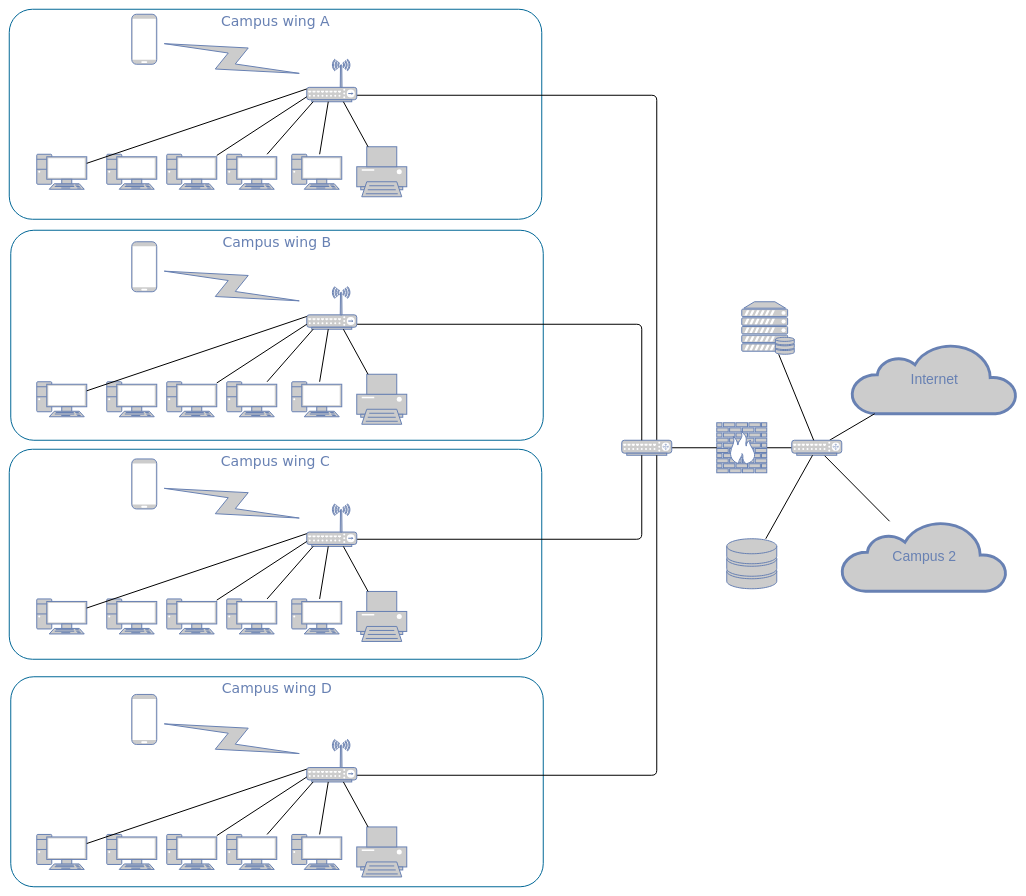
This is Untitled Diagram.drawio from engineerhaider/Capstone_Project_1, a draw.io file, before an edit. Source tidied: cells renumbered, new cells numbered last; positions are measured from the earlier drawing's top-left corner, leaving out a move shared by most shapes. Both pictures are drawn from the tidied source at 50%, with x=0, y=0 at pixel (9, 9).
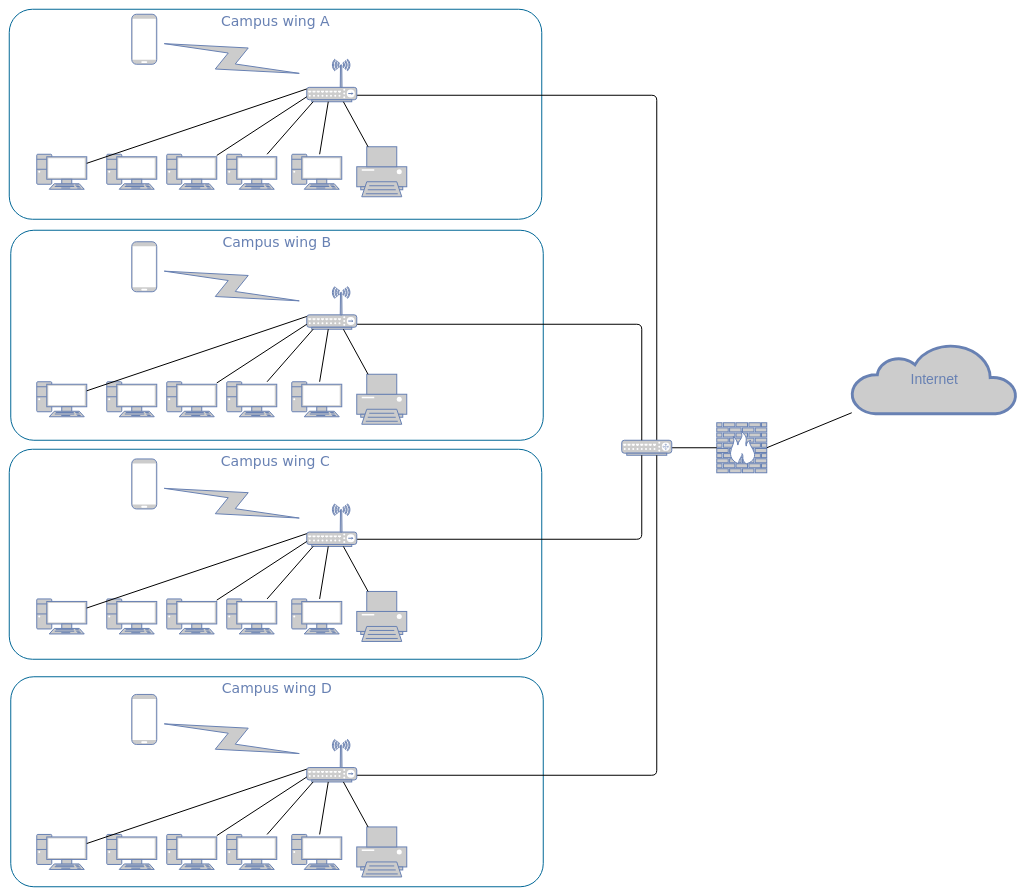
After the change.

Unchanged cells that the change refers to:
```xml
<mxCell id="7" style="fontColor=#0066CC;verticalAlign=top;verticalLabelPosition=bottom;labelPosition=center;align=center;html=1;fillColor=#CCCCCC;strokeColor=#6881B3;gradientColor=none;gradientDirection=north;strokeWidth=2;shape=mxgraph.networks.firewall;rounded=0;shadow=0;comic=0;" parent="1" vertex="1">
  <mxGeometry x="1415" y="827" width="100" height="100" as="geometry" />
</mxCell>
<mxCell id="55" value="Internet" style="html=1;fillColor=#CCCCCC;strokeColor=#6881B3;gradientColor=none;gradientDirection=north;strokeWidth=2;shape=mxgraph.networks.cloud;fontColor=#6881B3;rounded=0;shadow=0;comic=0;align=center;fontSize=28;" parent="1" vertex="1">
  <mxGeometry x="1685" y="669" width="330" height="140" as="geometry" />
</mxCell>
```

What changed in the source:
```diff
@@
-    <mxCell id="6" style="edgeStyle=none;html=1;labelBackgroundColor=none;endArrow=none;endFill=0;strokeWidth=2;fontFamily=Verdana;fontSize=28;fontColor=#6881B3;" parent="1" edge="1" source="7" target="58">
-      <mxGeometry relative="1" as="geometry" />
-    </mxCell>
@@
-    <mxCell id="56" style="edgeStyle=none;html=1;labelBackgroundColor=none;endArrow=none;endFill=0;strokeWidth=2;fontFamily=Verdana;fontSize=28;fontColor=#6881B3;" parent="1" edge="1" source="58" target="55">
+    <mxCell id="56" style="edgeStyle=none;html=1;labelBackgroundColor=none;endArrow=none;endFill=0;strokeWidth=2;fontFamily=Verdana;fontSize=28;fontColor=#6881B3;exitX=1;exitY=0.5;exitDx=0;exitDy=0;exitPerimeter=0;" parent="1" edge="1" source="7" target="55">
       <mxGeometry relative="1" as="geometry" />
     </mxCell>
-    <mxCell id="57" style="edgeStyle=none;html=1;labelBackgroundColor=none;endArrow=none;endFill=0;strokeWidth=2;fontFamily=Verdana;fontSize=28;fontColor=#6881B3;" parent="1" edge="1" source="58" target="78">
-      <mxGeometry relative="1" as="geometry" />
-    </mxCell>
-    <mxCell id="58" style="fontColor=#0066CC;verticalAlign=top;verticalLabelPosition=bottom;labelPosition=center;align=center;html=1;fillColor=#CCCCCC;strokeColor=#6881B3;gradientColor=none;gradientDirection=north;strokeWidth=2;shape=mxgraph.networks.router;rounded=0;shadow=0;comic=0;" parent="1" vertex="1">
-      <mxGeometry x="1565" y="862" width="100" height="30" as="geometry" />
-    </mxCell>
-    <mxCell id="59" style="edgeStyle=none;html=1;labelBackgroundColor=none;endArrow=none;endFill=0;strokeWidth=2;fontFamily=Verdana;fontSize=28;fontColor=#6881B3;" parent="1" edge="1" source="60" target="58">
-      <mxGeometry relative="1" as="geometry" />
-    </mxCell>
-    <mxCell id="60" style="fontColor=#0066CC;verticalAlign=top;verticalLabelPosition=bottom;labelPosition=center;align=center;html=1;fillColor=#CCCCCC;strokeColor=#6881B3;gradientColor=none;gradientDirection=north;strokeWidth=2;shape=mxgraph.networks.storage;rounded=0;shadow=0;comic=0;" parent="1" vertex="1">
-      <mxGeometry x="1435" y="1059" width="100" height="100" as="geometry" />
-    </mxCell>
-    <mxCell id="61" style="edgeStyle=none;html=1;labelBackgroundColor=none;endArrow=none;endFill=0;strokeWidth=2;fontFamily=Verdana;fontSize=28;fontColor=#6881B3;" parent="1" edge="1" source="62" target="58">
-      <mxGeometry relative="1" as="geometry" />
-    </mxCell>
-    <mxCell id="62" style="fontColor=#0066CC;verticalAlign=top;verticalLabelPosition=bottom;labelPosition=center;align=center;html=1;fillColor=#CCCCCC;strokeColor=#6881B3;gradientColor=none;gradientDirection=north;strokeWidth=2;shape=mxgraph.networks.server_storage;rounded=0;shadow=0;comic=0;" parent="1" vertex="1">
-      <mxGeometry x="1465" y="585" width="105" height="105" as="geometry" />
-    </mxCell>
@@
-    <mxCell id="78" value="Campus 2" style="html=1;fillColor=#CCCCCC;strokeColor=#6881B3;gradientColor=none;gradientDirection=north;strokeWidth=2;shape=mxgraph.networks.cloud;fontColor=#6881B3;rounded=0;shadow=0;comic=0;align=center;fontSize=28;" parent="1" vertex="1">
-      <mxGeometry x="1665" y="1024" width="330" height="140" as="geometry" />
-    </mxCell>
```
